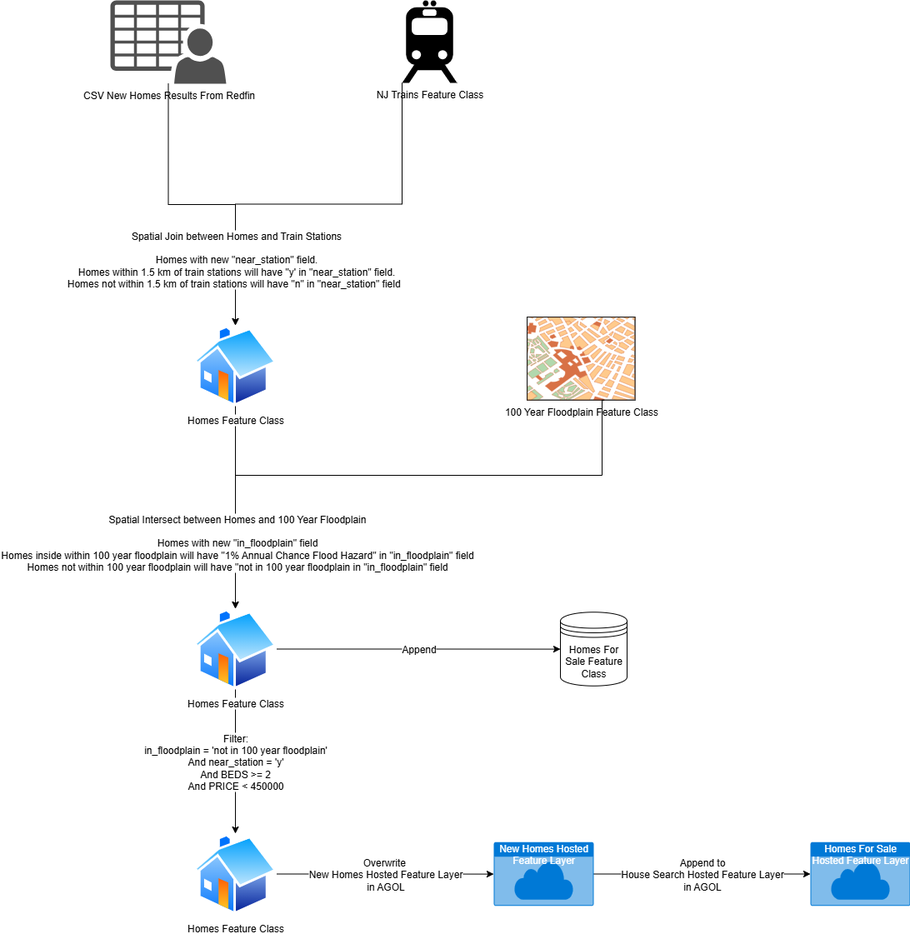
diflores79/Portfolio_examples keeps this draw.io diagram as Documentation/High_level_diagram.png. Above is the earlier version. Source tidied: cells renumbered, new cells last; positions are measured from the earlier drawing's top-left corner, leaving out a move shared by most shapes. The source it was exported from:
```xml
<mxGraphModel>
  <root>
    <mxCell id="0" />
    <mxCell id="1" parent="0" />
    <mxCell id="2" style="edgeStyle=orthogonalEdgeStyle;rounded=0;jettySize=auto;html=1;entryX=0.5;entryY=0;entryDx=0;entryDy=0;" parent="1" edge="1" source="3" target="11">
      <mxGeometry relative="1" as="geometry" />
    </mxCell>
    <mxCell id="3" value="CSV New Homes Results From Redfin" style="sketch=0;shadow=0;dashed=0;html=1;strokeColor=none;fillColor=#505050;labelPosition=center;verticalLabelPosition=bottom;verticalAlign=top;outlineConnect=0;align=center;shape=mxgraph.office.users.csv_file;" parent="1" vertex="1">
      <mxGeometry width="139" height="100" as="geometry" />
    </mxCell>
    <mxCell id="4" style="edgeStyle=orthogonalEdgeStyle;rounded=0;jettySize=auto;html=1;exitX=0;exitY=1;exitDx=0;exitDy=0;exitPerimeter=0;" parent="1" edge="1" source="8" target="11">
      <mxGeometry relative="1" as="geometry" />
    </mxCell>
    <mxCell id="5" value="Spatial Join between Homes and Train Stations&lt;div&gt;&lt;br&gt;&lt;/div&gt;&lt;div&gt;Homes with new &quot;near_station&quot; field.&lt;/div&gt;&lt;div&gt;Homes within 1.5 km of train stations will have &quot;y' in &quot;near_station&quot; field.&lt;/div&gt;&lt;div&gt;Homes not within 1.5 km of train stations will have &quot;n&quot; in &quot;near_station&quot; field&amp;nbsp;&amp;nbsp;&lt;/div&gt;" style="edgeLabel;html=1;align=center;verticalAlign=middle;fontSize=12;" parent="4" vertex="1">
      <mxGeometry x="0.76" y="3" relative="1" as="geometry">
        <mxPoint x="-3" y="-22" as="offset" />
      </mxGeometry>
    </mxCell>
    <mxCell id="6" style="edgeStyle=orthogonalEdgeStyle;rounded=0;jettySize=auto;html=1;entryX=0.5;entryY=0;entryDx=0;entryDy=0;exitX=0.5;exitY=1;exitDx=0;exitDy=0;" parent="1" edge="1" source="11" target="14">
      <mxGeometry relative="1" as="geometry" />
    </mxCell>
    <mxCell id="7" value="100 Year Floodplain Feature Class" style="verticalLabelPosition=bottom;shadow=0;dashed=0;align=center;html=1;verticalAlign=top;strokeWidth=1;shape=mxgraph.mockup.misc.map;" parent="1" vertex="1">
      <mxGeometry x="500" y="380" width="130" height="100" as="geometry" />
    </mxCell>
    <mxCell id="8" value="NJ Trains Feature Class" style="shape=mxgraph.signs.transportation.train_2;html=1;fillColor=#000000;strokeColor=none;verticalLabelPosition=bottom;verticalAlign=top;align=center;" parent="1" vertex="1">
      <mxGeometry x="350" width="66" height="99" as="geometry" />
    </mxCell>
    <mxCell id="9" style="edgeStyle=orthogonalEdgeStyle;rounded=0;jettySize=auto;html=1;entryX=0.5;entryY=0;entryDx=0;entryDy=0;exitX=0.712;exitY=0.998;exitDx=0;exitDy=0;exitPerimeter=0;" parent="1" edge="1" source="7" target="14">
      <mxGeometry relative="1" as="geometry">
        <Array as="points">
          <mxPoint x="590" y="480" />
          <mxPoint x="590" y="570" />
          <mxPoint x="150" y="570" />
        </Array>
      </mxGeometry>
    </mxCell>
    <mxCell id="10" value="Spatial Intersect between Homes and 100 Year Floodplain&lt;div&gt;&lt;br&gt;&lt;/div&gt;&lt;div&gt;Homes with new &quot;in_floodplain&quot; field&lt;/div&gt;&lt;div&gt;Homes inside within 100 year floodplain will have &quot;1% Annual Chance Flood Hazard&quot; in &quot;in_floodplain&quot; field&lt;/div&gt;&lt;div&gt;Homes not within 100 year floodplain will have &quot;not in 100 year floodplain in &quot;in_floodplain&quot; field&lt;/div&gt;" style="edgeLabel;html=1;align=center;verticalAlign=middle;fontSize=12;" parent="9" vertex="1">
      <mxGeometry x="0.9" y="1" relative="1" as="geometry">
        <mxPoint y="-45" as="offset" />
      </mxGeometry>
    </mxCell>
    <mxCell id="11" value="Homes Feature Class" style="image;perimeter=ellipsePerimeter;html=1;align=center;shadow=0;dashed=0;spacingTop=3;image=img/lib/active_directory/home.svg;" parent="1" vertex="1">
      <mxGeometry x="100" y="390" width="100" height="97" as="geometry" />
    </mxCell>
    <mxCell id="12" value="Append" style="edgeStyle=orthogonalEdgeStyle;rounded=0;jettySize=auto;html=1;fontSize=12;" parent="1" edge="1" source="14" target="15">
      <mxGeometry relative="1" as="geometry" />
    </mxCell>
    <mxCell id="13" value="Filter:&lt;div&gt;&amp;nbsp;in_floodplain = 'not in 100 year floodplain'&amp;nbsp;&lt;/div&gt;&lt;div&gt;And near_station = 'y'&lt;/div&gt;&lt;div&gt;&amp;nbsp;And BEDS &amp;gt;= 2&amp;nbsp;&lt;/div&gt;&lt;div&gt;And PRICE &amp;lt; 450000&lt;/div&gt;" style="edgeStyle=orthogonalEdgeStyle;rounded=0;jettySize=auto;html=1;fontSize=12;" parent="1" edge="1" source="14" target="17">
      <mxGeometry relative="1" as="geometry" />
    </mxCell>
    <mxCell id="14" value="Homes Feature Class" style="image;perimeter=ellipsePerimeter;html=1;align=center;shadow=0;dashed=0;spacingTop=3;image=img/lib/active_directory/home.svg;" parent="1" vertex="1">
      <mxGeometry x="100" y="730" width="100" height="97" as="geometry" />
    </mxCell>
    <mxCell id="15" value="Homes For Sale Feature Class" style="shape=datastore;whiteSpace=wrap;html=1;" parent="1" vertex="1">
      <mxGeometry x="540" y="734.2" width="80" height="88.5" as="geometry" />
    </mxCell>
    <mxCell id="16" value="Overwrite&amp;nbsp;&lt;div&gt;New Homes Hosted Feature Layer&lt;/div&gt;&lt;div&gt;in AGOL&lt;/div&gt;" style="edgeStyle=orthogonalEdgeStyle;rounded=0;jettySize=auto;html=1;fontSize=12;" parent="1" edge="1" source="17" target="19">
      <mxGeometry relative="1" as="geometry" />
    </mxCell>
    <mxCell id="17" value="Homes Feature Class" style="image;perimeter=ellipsePerimeter;html=1;align=center;shadow=0;dashed=0;spacingTop=3;image=img/lib/active_directory/home.svg;" parent="1" vertex="1">
      <mxGeometry x="100" y="1000" width="100" height="97" as="geometry" />
    </mxCell>
    <mxCell id="18" value="Append to&lt;div&gt;House Search Hosted Feature Layer&lt;/div&gt;&lt;div&gt;in AGOL&lt;/div&gt;" style="edgeStyle=orthogonalEdgeStyle;rounded=0;jettySize=auto;html=1;fontSize=12;" parent="1" edge="1" source="19" target="20">
      <mxGeometry relative="1" as="geometry" />
    </mxCell>
    <mxCell id="19" value="New Homes Hosted Feature Layer" style="html=1;whiteSpace=wrap;strokeColor=none;fillColor=#0079D6;labelPosition=center;verticalLabelPosition=middle;verticalAlign=top;align=center;fontSize=12;outlineConnect=0;spacingTop=-6;fontColor=#FFFFFF;sketch=0;shape=mxgraph.sitemap.cloud;" parent="1" vertex="1">
      <mxGeometry x="460" y="1010.2" width="120" height="76.5" as="geometry" />
    </mxCell>
    <mxCell id="20" value="Homes For Sale Hosted Feature Layer" style="html=1;whiteSpace=wrap;strokeColor=none;fillColor=#0079D6;labelPosition=center;verticalLabelPosition=middle;verticalAlign=top;align=center;fontSize=12;outlineConnect=0;spacingTop=-6;fontColor=#FFFFFF;sketch=0;shape=mxgraph.sitemap.cloud;" parent="1" vertex="1">
      <mxGeometry x="840" y="1010.2" width="120" height="76.5" as="geometry" />
    </mxCell>
  </root>
</mxGraphModel>
```
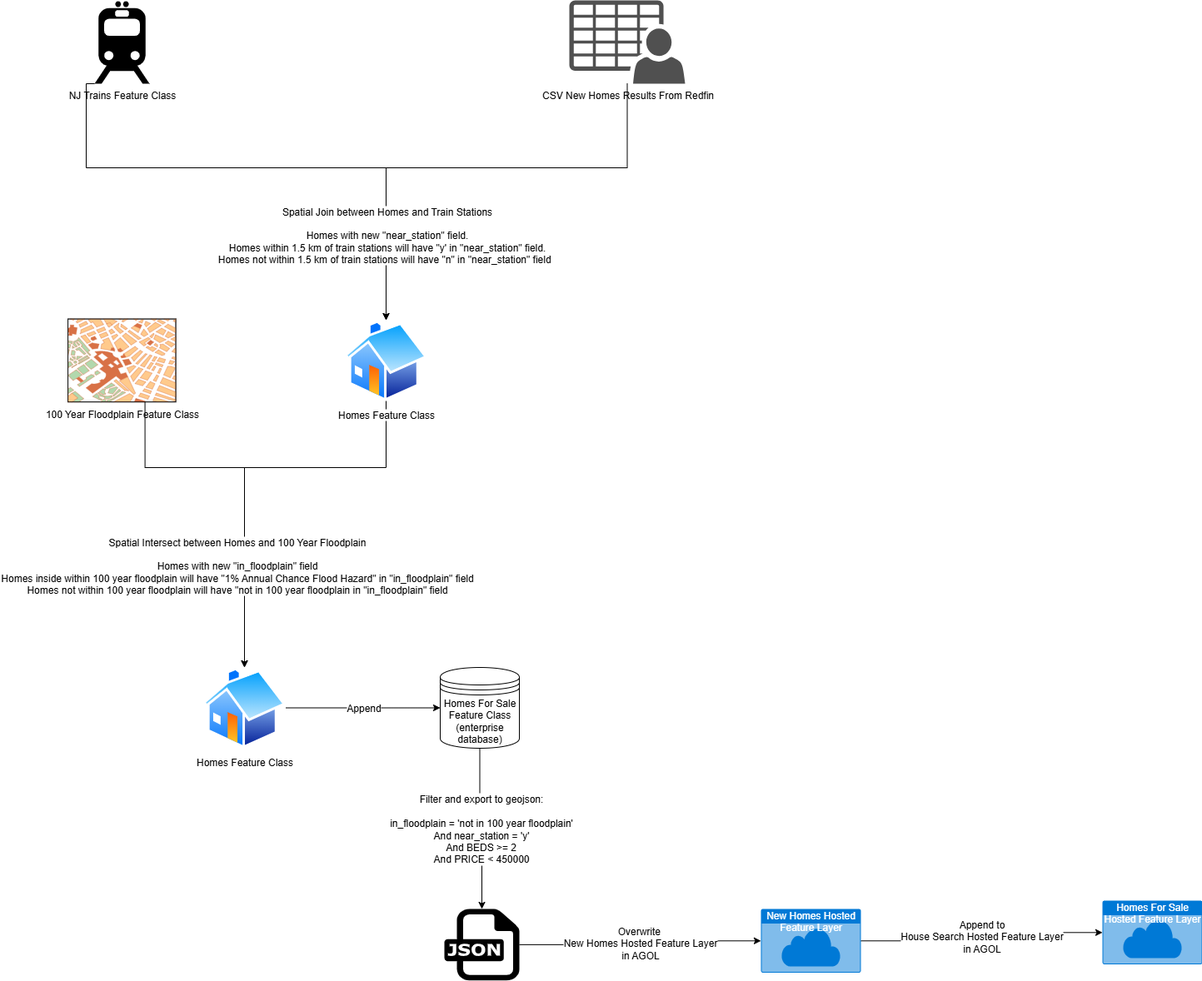
Above is the later version.

Commit message:
updated high level diagram

Diff of the diagram source:
```diff
@@ -2,72 +2,87 @@
   <root>
     <mxCell id="0" />
     <mxCell id="1" parent="0" />
-    <mxCell id="2" style="edgeStyle=orthogonalEdgeStyle;rounded=0;jettySize=auto;html=1;entryX=0.5;entryY=0;entryDx=0;entryDy=0;" parent="1" edge="1" source="3" target="11">
-      <mxGeometry relative="1" as="geometry" />
-    </mxCell>
+    <mxCell id="21" style="edgeStyle=orthogonalEdgeStyle;rounded=0;jettySize=auto;html=1;entryX=0.5;entryY=0;entryDx=0;entryDy=0;" parent="1" edge="1" source="3" target="25">
+      <mxGeometry relative="1" as="geometry">
+        <Array as="points">
+          <mxPoint x="662" y="411" />
+          <mxPoint x="372" y="411" />
+        </Array>
+      </mxGeometry>
+    </mxCell>
     <mxCell id="3" value="CSV New Homes Results From Redfin" style="sketch=0;shadow=0;dashed=0;html=1;strokeColor=none;fillColor=#505050;labelPosition=center;verticalLabelPosition=bottom;verticalAlign=top;outlineConnect=0;align=center;shape=mxgraph.office.users.csv_file;" parent="1" vertex="1">
-      <mxGeometry width="139" height="100" as="geometry" />
+      <mxGeometry x="592" y="210" width="139" height="100" as="geometry" />
     </mxCell>
-    <mxCell id="4" style="edgeStyle=orthogonalEdgeStyle;rounded=0;jettySize=auto;html=1;exitX=0;exitY=1;exitDx=0;exitDy=0;exitPerimeter=0;" parent="1" edge="1" source="8" target="11">
-      <mxGeometry relative="1" as="geometry" />
-    </mxCell>
+    <mxCell id="22" style="edgeStyle=orthogonalEdgeStyle;rounded=0;jettySize=auto;html=1;exitX=0;exitY=1;exitDx=0;exitDy=0;exitPerimeter=0;" parent="1" edge="1" source="8" target="25">
+      <mxGeometry relative="1" as="geometry">
+        <Array as="points">
+          <mxPoint x="12" y="310" />
+          <mxPoint x="12" y="411" />
+          <mxPoint x="372" y="411" />
+        </Array>
+      </mxGeometry>
+    </mxCell>
-    <mxCell id="5" value="Spatial Join between Homes and Train Stations&lt;div&gt;&lt;br&gt;&lt;/div&gt;&lt;div&gt;Homes with new &quot;near_station&quot; field.&lt;/div&gt;&lt;div&gt;Homes within 1.5 km of train stations will have &quot;y' in &quot;near_station&quot; field.&lt;/div&gt;&lt;div&gt;Homes not within 1.5 km of train stations will have &quot;n&quot; in &quot;near_station&quot; field&amp;nbsp;&amp;nbsp;&lt;/div&gt;" style="edgeLabel;html=1;align=center;verticalAlign=middle;fontSize=12;" parent="4" vertex="1">
+    <mxCell id="5" value="Spatial Join between Homes and Train Stations&lt;div&gt;&lt;br&gt;&lt;/div&gt;&lt;div&gt;Homes with new &quot;near_station&quot; field.&lt;/div&gt;&lt;div&gt;Homes within 1.5 km of train stations will have &quot;y' in &quot;near_station&quot; field.&lt;/div&gt;&lt;div&gt;Homes not within 1.5 km of train stations will have &quot;n&quot; in &quot;near_station&quot; field&amp;nbsp;&amp;nbsp;&lt;/div&gt;" style="edgeLabel;html=1;align=center;verticalAlign=middle;fontSize=12;" parent="22" vertex="1">
       <mxGeometry x="0.76" y="3" relative="1" as="geometry">
-        <mxPoint x="-3" y="-22" as="offset" />
+        <mxPoint x="-3" y="-25" as="offset" />
       </mxGeometry>
     </mxCell>
-    <mxCell id="6" style="edgeStyle=orthogonalEdgeStyle;rounded=0;jettySize=auto;html=1;entryX=0.5;entryY=0;entryDx=0;entryDy=0;exitX=0.5;exitY=1;exitDx=0;exitDy=0;" parent="1" edge="1" source="11" target="14">
-      <mxGeometry relative="1" as="geometry" />
-    </mxCell>
+    <mxCell id="23" style="edgeStyle=orthogonalEdgeStyle;rounded=0;jettySize=auto;html=1;entryX=0.5;entryY=0;entryDx=0;entryDy=0;exitX=0.5;exitY=1;exitDx=0;exitDy=0;" parent="1" edge="1" source="25" target="27">
+      <mxGeometry relative="1" as="geometry">
+        <Array as="points">
+          <mxPoint x="372" y="771" />
+          <mxPoint x="202" y="771" />
+        </Array>
+      </mxGeometry>
+    </mxCell>
     <mxCell id="7" value="100 Year Floodplain Feature Class" style="verticalLabelPosition=bottom;shadow=0;dashed=0;align=center;html=1;verticalAlign=top;strokeWidth=1;shape=mxgraph.mockup.misc.map;" parent="1" vertex="1">
-      <mxGeometry x="500" y="380" width="130" height="100" as="geometry" />
+      <mxGeometry x="-10" y="592.5" width="130" height="100" as="geometry" />
     </mxCell>
     <mxCell id="8" value="NJ Trains Feature Class" style="shape=mxgraph.signs.transportation.train_2;html=1;fillColor=#000000;strokeColor=none;verticalLabelPosition=bottom;verticalAlign=top;align=center;" parent="1" vertex="1">
-      <mxGeometry x="350" width="66" height="99" as="geometry" />
+      <mxGeometry x="22" y="211" width="66" height="99" as="geometry" />
     </mxCell>
-    <mxCell id="9" style="edgeStyle=orthogonalEdgeStyle;rounded=0;jettySize=auto;html=1;entryX=0.5;entryY=0;entryDx=0;entryDy=0;exitX=0.712;exitY=0.998;exitDx=0;exitDy=0;exitPerimeter=0;" parent="1" edge="1" source="7" target="14">
-      <mxGeometry relative="1" as="geometry">
-        <Array as="points">
-          <mxPoint x="590" y="480" />
-          <mxPoint x="590" y="570" />
-          <mxPoint x="150" y="570" />
-        </Array>
-      </mxGeometry>
-    </mxCell>
+    <mxCell id="24" style="edgeStyle=orthogonalEdgeStyle;rounded=0;jettySize=auto;html=1;entryX=0.5;entryY=0;entryDx=0;entryDy=0;exitX=0.712;exitY=0.998;exitDx=0;exitDy=0;exitPerimeter=0;" parent="1" edge="1" source="7" target="27">
+      <mxGeometry relative="1" as="geometry">
+        <Array as="points">
+          <mxPoint x="83" y="771" />
+          <mxPoint x="202" y="771" />
+        </Array>
+      </mxGeometry>
+    </mxCell>
-    <mxCell id="10" value="Spatial Intersect between Homes and 100 Year Floodplain&lt;div&gt;&lt;br&gt;&lt;/div&gt;&lt;div&gt;Homes with new &quot;in_floodplain&quot; field&lt;/div&gt;&lt;div&gt;Homes inside within 100 year floodplain will have &quot;1% Annual Chance Flood Hazard&quot; in &quot;in_floodplain&quot; field&lt;/div&gt;&lt;div&gt;Homes not within 100 year floodplain will have &quot;not in 100 year floodplain in &quot;in_floodplain&quot; field&lt;/div&gt;" style="edgeLabel;html=1;align=center;verticalAlign=middle;fontSize=12;" parent="9" vertex="1">
+    <mxCell id="10" value="Spatial Intersect between Homes and 100 Year Floodplain&lt;div&gt;&lt;br&gt;&lt;/div&gt;&lt;div&gt;Homes with new &quot;in_floodplain&quot; field&lt;/div&gt;&lt;div&gt;Homes inside within 100 year floodplain will have &quot;1% Annual Chance Flood Hazard&quot; in &quot;in_floodplain&quot; field&lt;/div&gt;&lt;div&gt;Homes not within 100 year floodplain will have &quot;not in 100 year floodplain in &quot;in_floodplain&quot; field&lt;/div&gt;" style="edgeLabel;html=1;align=center;verticalAlign=middle;fontSize=12;" parent="24" vertex="1">
       <mxGeometry x="0.9" y="1" relative="1" as="geometry">
-        <mxPoint y="-45" as="offset" />
+        <mxPoint x="-11" y="-100" as="offset" />
       </mxGeometry>
     </mxCell>
-    <mxCell id="11" value="Homes Feature Class" style="image;perimeter=ellipsePerimeter;html=1;align=center;shadow=0;dashed=0;spacingTop=3;image=img/lib/active_directory/home.svg;" parent="1" vertex="1">
-      <mxGeometry x="100" y="390" width="100" height="97" as="geometry" />
-    </mxCell>
+    <mxCell id="25" value="Homes Feature Class" style="image;perimeter=ellipsePerimeter;html=1;align=center;shadow=0;dashed=0;spacingTop=3;image=img/lib/active_directory/home.svg;" parent="1" vertex="1">
+      <mxGeometry x="322" y="594" width="100" height="97" as="geometry" />
+    </mxCell>
-    <mxCell id="12" value="Append" style="edgeStyle=orthogonalEdgeStyle;rounded=0;jettySize=auto;html=1;fontSize=12;" parent="1" edge="1" source="14" target="15">
+    <mxCell id="12" value="Append" style="edgeStyle=orthogonalEdgeStyle;rounded=0;jettySize=auto;html=1;fontSize=12;" parent="1" edge="1" source="27" target="28">
       <mxGeometry relative="1" as="geometry" />
     </mxCell>
-    <mxCell id="13" value="Filter:&lt;div&gt;&amp;nbsp;in_floodplain = 'not in 100 year floodplain'&amp;nbsp;&lt;/div&gt;&lt;div&gt;And near_station = 'y'&lt;/div&gt;&lt;div&gt;&amp;nbsp;And BEDS &amp;gt;= 2&amp;nbsp;&lt;/div&gt;&lt;div&gt;And PRICE &amp;lt; 450000&lt;/div&gt;" style="edgeStyle=orthogonalEdgeStyle;rounded=0;jettySize=auto;html=1;fontSize=12;" parent="1" edge="1" source="14" target="17">
-      <mxGeometry relative="1" as="geometry" />
-    </mxCell>
-    <mxCell id="14" value="Homes Feature Class" style="image;perimeter=ellipsePerimeter;html=1;align=center;shadow=0;dashed=0;spacingTop=3;image=img/lib/active_directory/home.svg;" parent="1" vertex="1">
-      <mxGeometry x="100" y="730" width="100" height="97" as="geometry" />
-    </mxCell>
-    <mxCell id="15" value="Homes For Sale Feature Class" style="shape=datastore;whiteSpace=wrap;html=1;" parent="1" vertex="1">
-      <mxGeometry x="540" y="734.2" width="80" height="88.5" as="geometry" />
-    </mxCell>
+    <mxCell id="26" value="Filter and export to geojson:&lt;div&gt;&lt;br&gt;&lt;div&gt;&amp;nbsp;in_floodplain = 'not in 100 year floodplain'&amp;nbsp;&lt;/div&gt;&lt;div&gt;And near_station = 'y'&lt;/div&gt;&lt;div&gt;&amp;nbsp;And BEDS &amp;gt;= 2&amp;nbsp;&lt;/div&gt;&lt;div&gt;And PRICE &amp;lt; 450000&lt;/div&gt;&lt;/div&gt;" style="edgeStyle=orthogonalEdgeStyle;rounded=0;jettySize=auto;html=1;fontSize=12;exitX=0.5;exitY=1;exitDx=0;exitDy=0;" parent="1" edge="1" source="28" target="29">
+      <mxGeometry x="0.01" relative="1" as="geometry" />
+    </mxCell>
+    <mxCell id="27" value="Homes Feature Class" style="image;perimeter=ellipsePerimeter;html=1;align=center;shadow=0;dashed=0;spacingTop=3;image=img/lib/active_directory/home.svg;" parent="1" vertex="1">
+      <mxGeometry x="152" y="1011" width="100" height="97" as="geometry" />
+    </mxCell>
+    <mxCell id="28" value="Homes For Sale Feature Class (enterprise database)" style="shape=datastore;whiteSpace=wrap;html=1;" parent="1" vertex="1">
+      <mxGeometry x="437" y="1011" width="95" height="97" as="geometry" />
+    </mxCell>
-    <mxCell id="16" value="Overwrite&amp;nbsp;&lt;div&gt;New Homes Hosted Feature Layer&lt;/div&gt;&lt;div&gt;in AGOL&lt;/div&gt;" style="edgeStyle=orthogonalEdgeStyle;rounded=0;jettySize=auto;html=1;fontSize=12;" parent="1" edge="1" source="17" target="19">
+    <mxCell id="16" value="Overwrite&amp;nbsp;&lt;div&gt;New Homes Hosted Feature Layer&lt;/div&gt;&lt;div&gt;in AGOL&lt;/div&gt;" style="edgeStyle=orthogonalEdgeStyle;rounded=0;jettySize=auto;html=1;fontSize=12;" parent="1" edge="1" source="29" target="19">
       <mxGeometry relative="1" as="geometry" />
     </mxCell>
-    <mxCell id="17" value="Homes Feature Class" style="image;perimeter=ellipsePerimeter;html=1;align=center;shadow=0;dashed=0;spacingTop=3;image=img/lib/active_directory/home.svg;" parent="1" vertex="1">
-      <mxGeometry x="100" y="1000" width="100" height="97" as="geometry" />
-    </mxCell>
     <mxCell id="18" value="Append to&lt;div&gt;House Search Hosted Feature Layer&lt;/div&gt;&lt;div&gt;in AGOL&lt;/div&gt;" style="edgeStyle=orthogonalEdgeStyle;rounded=0;jettySize=auto;html=1;fontSize=12;" parent="1" edge="1" source="19" target="20">
       <mxGeometry relative="1" as="geometry" />
     </mxCell>
     <mxCell id="19" value="New Homes Hosted Feature Layer" style="html=1;whiteSpace=wrap;strokeColor=none;fillColor=#0079D6;labelPosition=center;verticalLabelPosition=middle;verticalAlign=top;align=center;fontSize=12;outlineConnect=0;spacingTop=-6;fontColor=#FFFFFF;sketch=0;shape=mxgraph.sitemap.cloud;" parent="1" vertex="1">
-      <mxGeometry x="460" y="1010.2" width="120" height="76.5" as="geometry" />
+      <mxGeometry x="822" y="1301" width="120" height="76.5" as="geometry" />
     </mxCell>
     <mxCell id="20" value="Homes For Sale Hosted Feature Layer" style="html=1;whiteSpace=wrap;strokeColor=none;fillColor=#0079D6;labelPosition=center;verticalLabelPosition=middle;verticalAlign=top;align=center;fontSize=12;outlineConnect=0;spacingTop=-6;fontColor=#FFFFFF;sketch=0;shape=mxgraph.sitemap.cloud;" parent="1" vertex="1">
-      <mxGeometry x="840" y="1010.2" width="120" height="76.5" as="geometry" />
+      <mxGeometry x="1232" y="1291" width="120" height="76.5" as="geometry" />
     </mxCell>
+    <mxCell id="29" style="dashed=0;outlineConnect=0;html=1;align=center;labelPosition=center;verticalLabelPosition=bottom;verticalAlign=top;shape=mxgraph.weblogos.json;" parent="1" vertex="1">
+      <mxGeometry x="442" y="1301" width="90" height="85.8" as="geometry" />
+    </mxCell>
   </root>
 </mxGraphModel>
```
